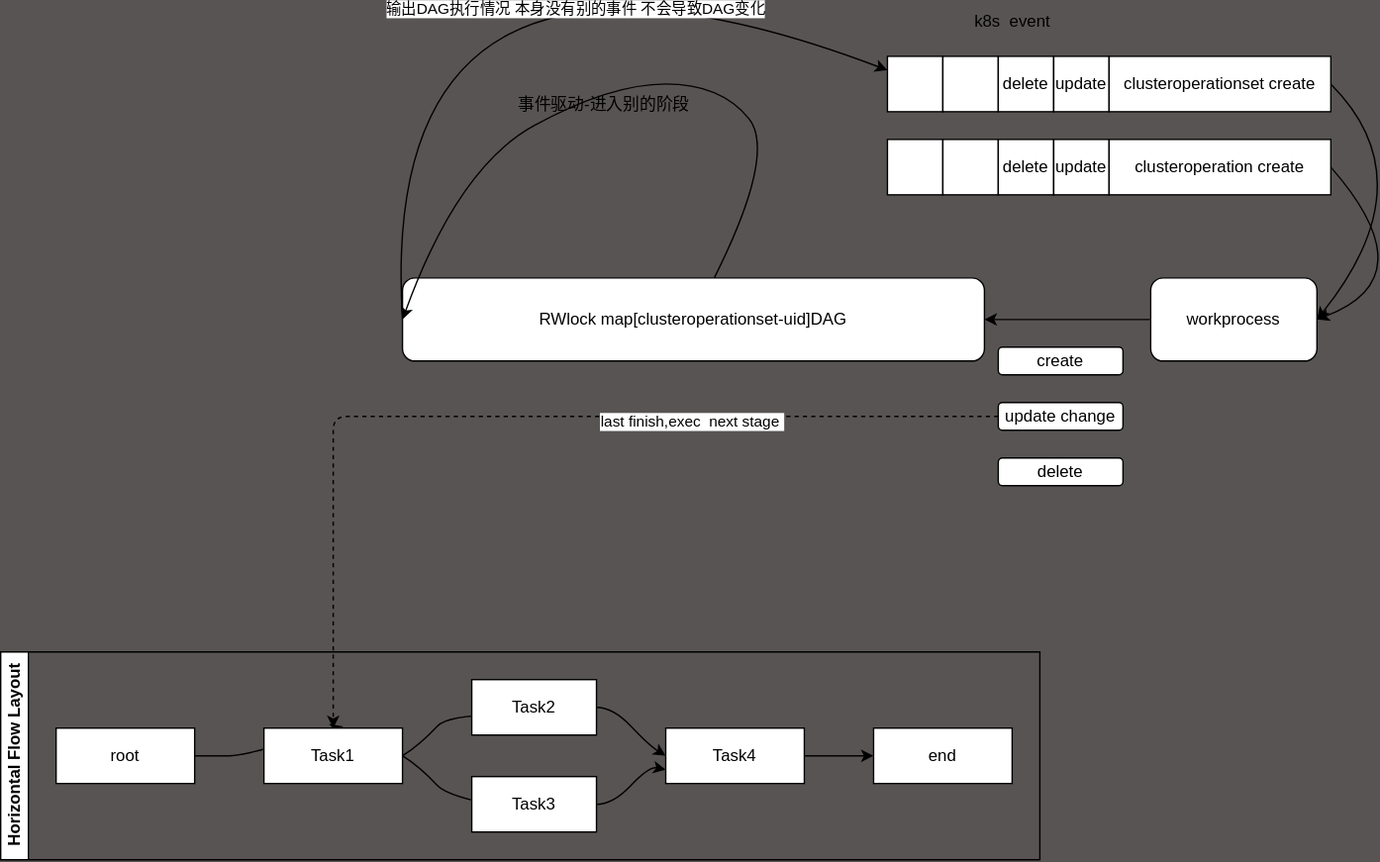
Earlier version of the draw.io export clusteroperationset.svg (Goend/booksite). Source tidied: cells renumbered, new cells last; positions are measured from the earlier drawing's top-left corner, leaving out a move shared by most shapes.
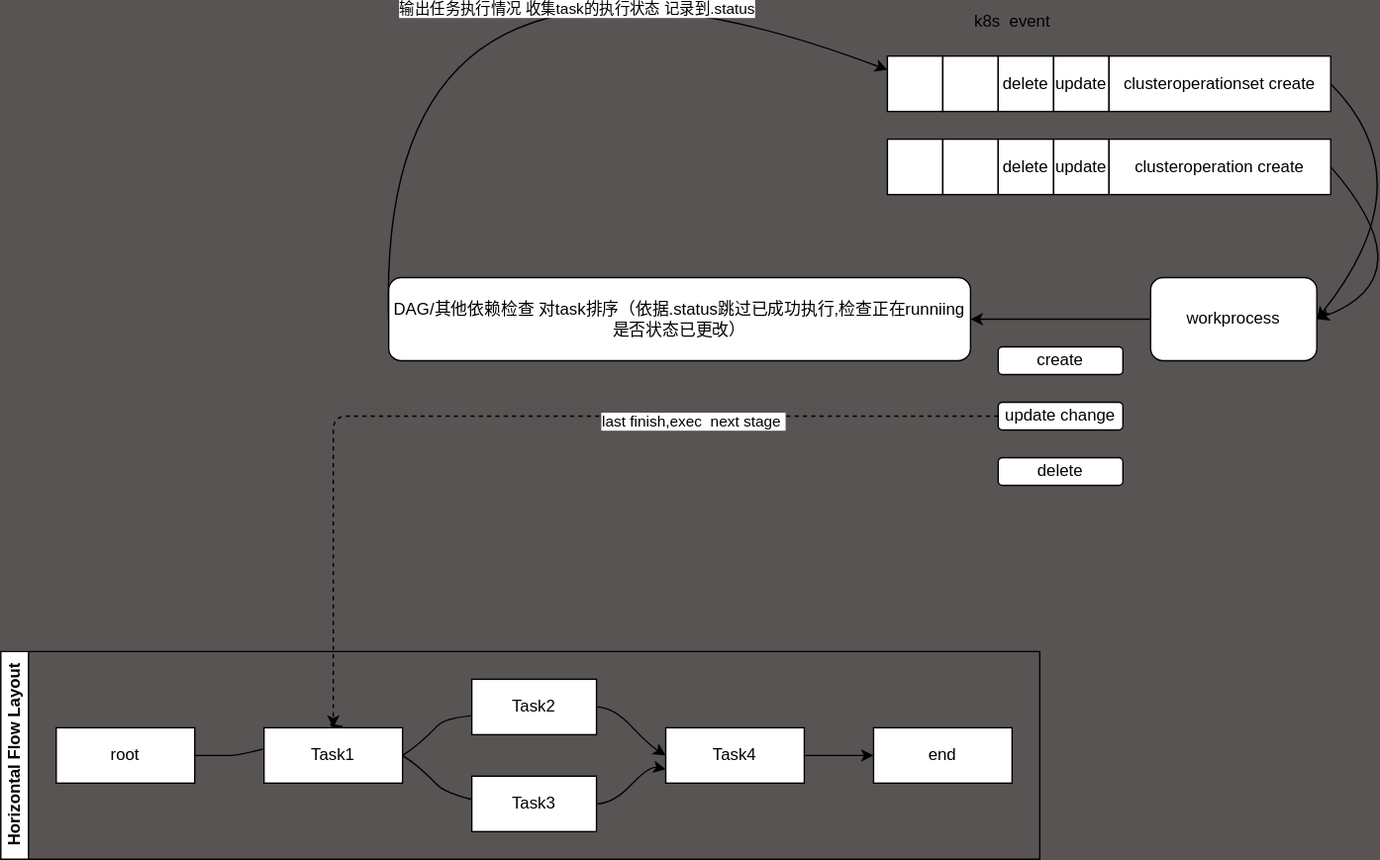
The same file after the commit.

Commit message:
update clusteroperation design

Diff of the diagram source:
```diff
@@ -34,11 +34,11 @@
         </Array>
       </mxGeometry>
     </mxCell>
-    <mxCell id="10" value="输出DAG执行情况 本身没有别的事件 不会导致DAG变化" style="edgeLabel;html=1;align=center;verticalAlign=middle;" parent="9" vertex="1">
+    <mxCell id="10" value="输出任务执行情况 收集task的执行状态 记录到.status" style="edgeLabel;html=1;align=center;verticalAlign=middle;" parent="9" vertex="1">
       <mxGeometry x="0.37" y="-38" relative="1" as="geometry" />
     </mxCell>
-    <mxCell id="11" value="RWlock map[clusteroperationset-uid]DAG" style="rounded=1;whiteSpace=wrap;html=1;" parent="1" vertex="1">
-      <mxGeometry x="290" y="290" width="420" height="60" as="geometry" />
+    <mxCell id="11" value="DAG/其他依赖检查 对task排序（依据.status跳过已成功执行,检查正在runniing是否状态已更改）" style="rounded=1;whiteSpace=wrap;html=1;" parent="1" vertex="1">
+      <mxGeometry x="280" y="290" width="420" height="60" as="geometry" />
     </mxCell>
     <mxCell id="12" style="edgeStyle=none;curved=1;html=1;exitX=0;exitY=0.5;exitDx=0;exitDy=0;entryX=1;entryY=0.5;entryDx=0;entryDy=0;" parent="1" edge="1" source="13" target="11">
       <mxGeometry relative="1" as="geometry" />
@@ -68,19 +68,6 @@
     <mxCell id="19" value="clusteroperation create" style="rounded=0;whiteSpace=wrap;html=1;" parent="1" vertex="1">
       <mxGeometry x="800" y="190" width="160" height="40" as="geometry" />
     </mxCell>
-    <mxCell id="20" style="edgeStyle=none;curved=1;html=1;entryX=0;entryY=0.5;entryDx=0;entryDy=0;" parent="1" edge="1" source="11" target="11">
-      <mxGeometry relative="1" as="geometry">
-        <Array as="points">
-          <mxPoint x="560" y="200" />
-          <mxPoint x="520" y="150" />
-          <mxPoint x="440" y="150" />
-          <mxPoint x="330" y="210" />
-        </Array>
-      </mxGeometry>
-    </mxCell>
-    <mxCell id="21" value="事件驱动-进入别的阶段" style="text;html=1;align=center;verticalAlign=middle;strokeColor=none;fillColor=none;" parent="1" vertex="1">
-      <mxGeometry x="360" y="150" width="150" height="30" as="geometry" />
-    </mxCell>
     <mxCell id="22" style="edgeStyle=none;rounded=1;html=1;exitX=0;exitY=0.5;exitDx=0;exitDy=0;entryX=0.5;entryY=0;entryDx=0;entryDy=0;dashed=1;" parent="1" edge="1" source="24" target="32">
       <mxGeometry relative="1" as="geometry">
         <Array as="points">
```
